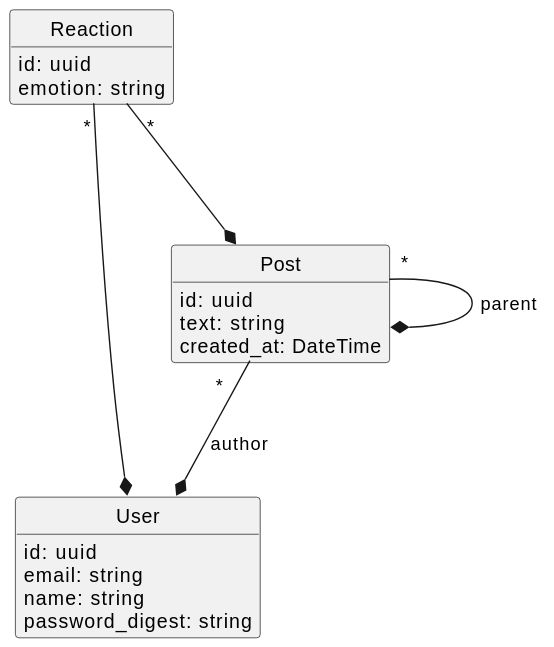
Before: out/model/Models.svg, a diagram exported from PlantUML (Adeynack/graphql_examples). The source it was exported from:
```plantuml
@startuml Models

hide empty methods
hide circle

class User {
    id: uuid
    email: string
    name: string
    password_digest: string
}

class Post {
    id: uuid
    text: string
    created_at: DateTime
}

Post "*" --* User: author
Post "*" --* Post: parent

class Reaction {
    id: uuid
    emotion: string
}

Reaction "*" --* User
Reaction "*" --* Post

@enduml
```
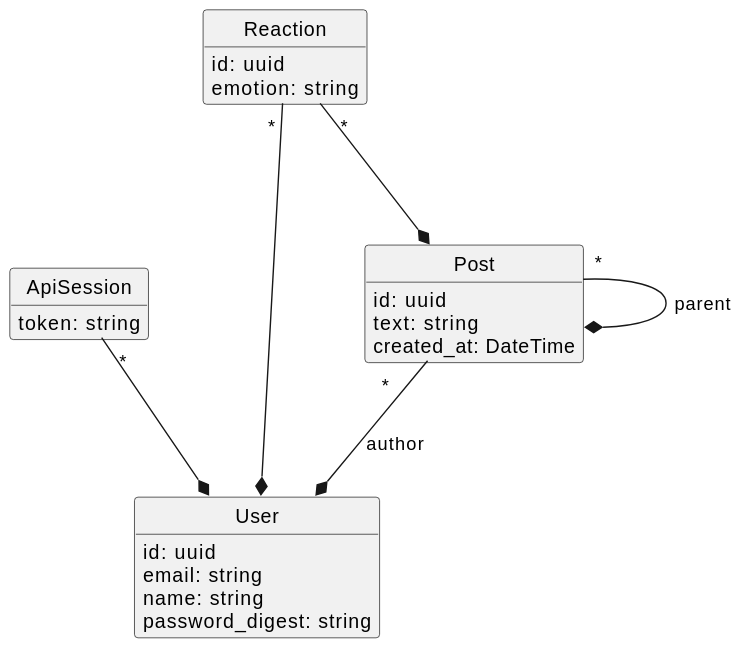
Later version of the same file.

What changed in the source:
```diff
@@ -9,6 +9,12 @@
     name: string
     password_digest: string
 }
+
+class ApiSession {
+    token: string
+}
+
+ApiSession "*" --* User
 
 class Post {
     id: uuid
```
